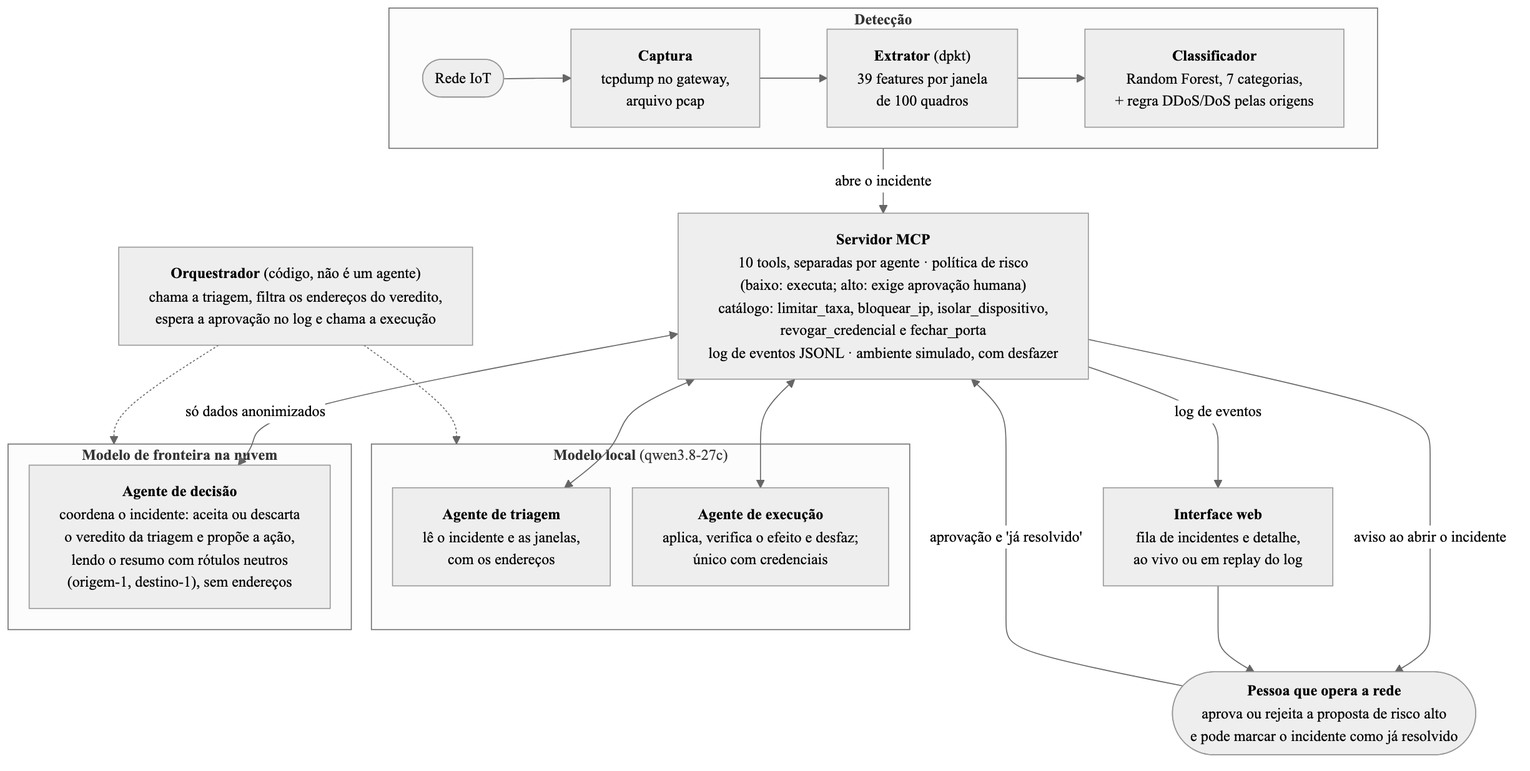
The Mermaid diagram artigo/figuras/arquitetura.png in stermiix/SentryIoT, before a commit. Its source is kept beside it as artigo/figuras/arquitetura.mmd.
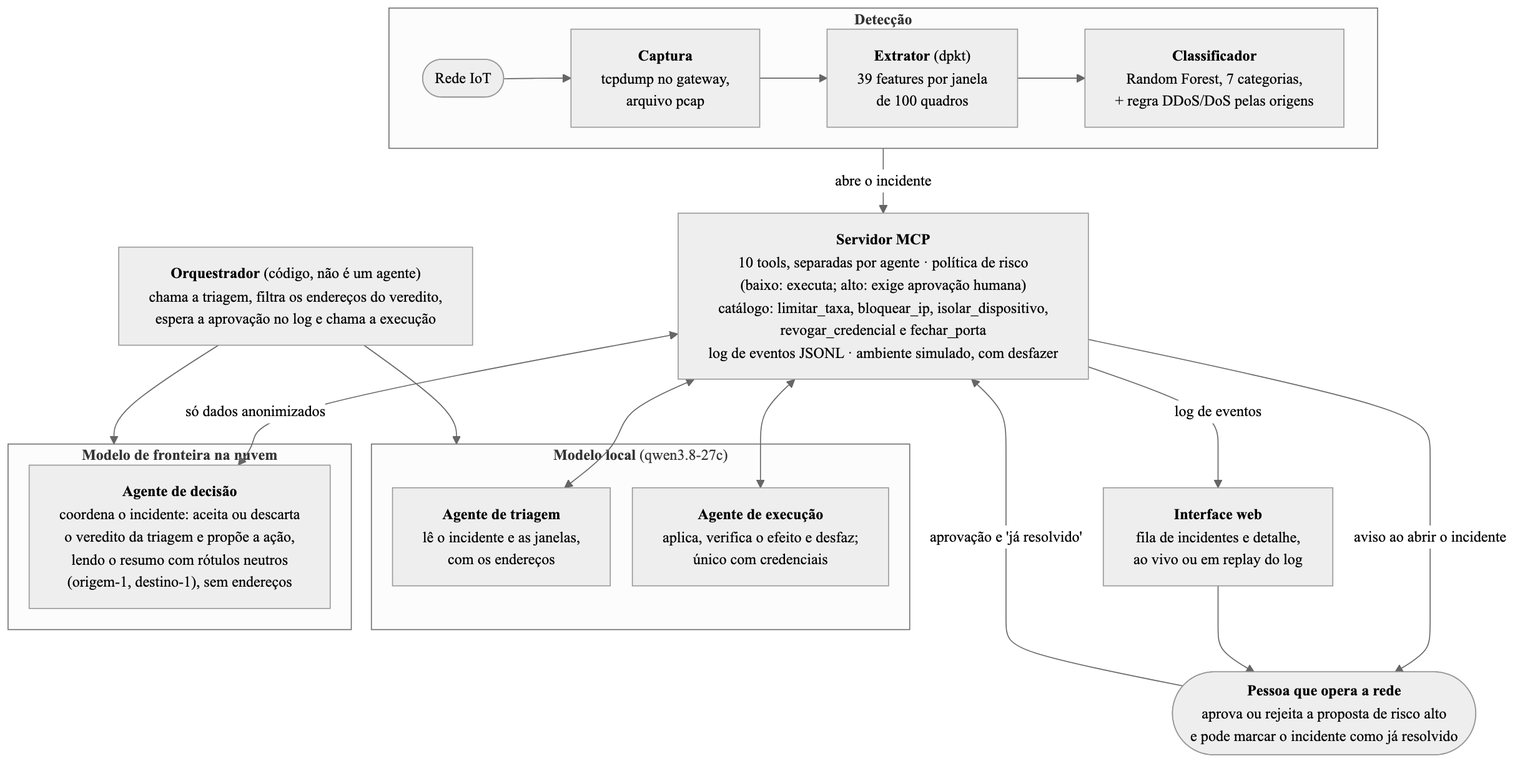
Above is the later version.

Diff of the diagram source:
```diff
@@ -28,8 +28,8 @@
     mcp <--> triagem
     mcp <-- "só dados anonimizados" --> decisao
     mcp <--> execucao
-    orquestrador -.-> local
-    orquestrador -.-> nuvem
+    orquestrador --> local
+    orquestrador --> nuvem
     mcp -- "aviso ao abrir o incidente" --> pessoa
     mcp -- "log de eventos" --> interface
     interface --> pessoa
```
